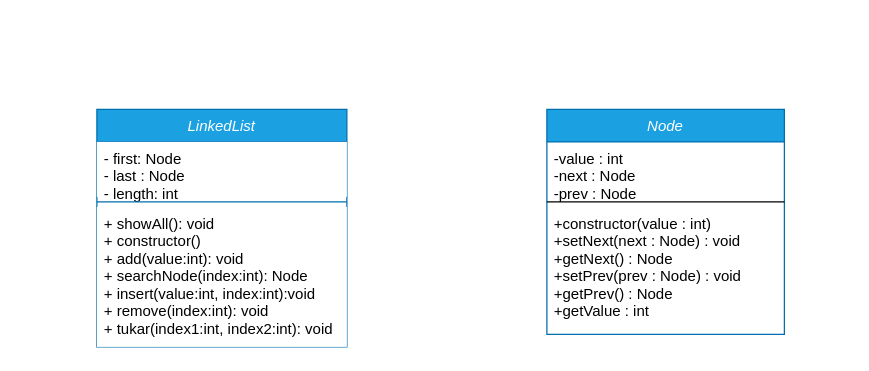
This is 2. Stack, Queue, LinkedList/Untitled Diagram.drawio from vstartech11/Strukdat, a draw.io file, before an edit. Source tidied: cells renumbered, new cells numbered last; positions are measured from the earlier drawing's top-left corner, leaving out a move shared by most shapes. Both pictures are drawn from the tidied source at 125%, with x=0, y=0 at pixel (96, 109).
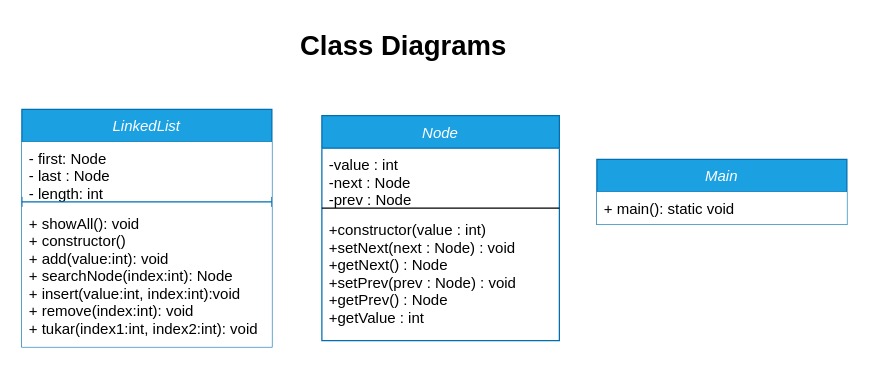
The same diagram, later.

The edit, as a diff of the source:
```diff
@@
 <mxGraphModel>
   <root>
     <mxCell id="0" />
     <mxCell id="1" parent="0" />
     <mxCell id="2" value="Node" style="swimlane;fontStyle=2;align=center;verticalAlign=top;horizontal=1;startSize=26;rounded=0;shadow=0;strokeWidth=1;fillColor=#1ba1e2;strokeColor=#006EAF;fontColor=#ffffff;" parent="1" vertex="1">
-      <mxGeometry x="360" width="190" height="180" as="geometry" />
+      <mxGeometry x="180" y="5" width="190" height="180" as="geometry" />
     </mxCell>
     <mxCell id="3" value="-value : int&#10;-next : Node&#10;-prev : Node&#10;" style="text;align=left;verticalAlign=top;spacingLeft=4;spacingRight=4;overflow=hidden;" parent="2" vertex="1">
       <mxGeometry y="26" width="190" height="44" as="geometry" />
     </mxCell>
     <mxCell id="4" style="line;html=1;strokeWidth=1;align=left;verticalAlign=middle;spacingTop=-1;spacingLeft=3;spacingRight=3;labelPosition=right;" parent="2" vertex="1">
       <mxGeometry y="70" width="190" height="8" as="geometry" />
     </mxCell>
     <mxCell id="5" value="+constructor(value : int)&#10;+setNext(next : Node) : void&#10;+getNext() : Node&#10;+setPrev(prev : Node) : void&#10;+getPrev() : Node&#10;+getValue : int&#10;&#10;" style="text;align=left;verticalAlign=top;spacingLeft=4;spacingRight=4;overflow=hidden;" parent="2" vertex="1">
       <mxGeometry y="78" width="190" height="90" as="geometry" />
     </mxCell>
     <mxCell id="6" value="LinkedList" style="swimlane;fontStyle=2;align=center;verticalAlign=top;horizontal=1;startSize=26;labelBackgroundColor=none;fillStyle=solid;fillColor=#1ba1e2;swimlaneFillColor=none;fontColor=#ffffff;strokeColor=#006EAF;" parent="1" vertex="1">
-      <mxGeometry width="200" height="190" as="geometry" />
+      <mxGeometry x="-60" width="200" height="190" as="geometry" />
     </mxCell>
     <mxCell id="7" value="- first: Node&#10;- last : Node&#10;- length: int" style="text;strokeColor=none;fillColor=default;align=left;verticalAlign=top;spacingLeft=4;spacingRight=4;overflow=hidden;" parent="6" vertex="1">
       <mxGeometry y="26" width="200" height="44" as="geometry" />
     </mxCell>
     <mxCell id="8" style="line;strokeWidth=1;fillColor=none;align=left;verticalAlign=middle;spacingTop=-1;spacingLeft=3;spacingRight=3;labelPosition=right;strokeColor=inherit;" parent="6" vertex="1">
       <mxGeometry y="70" width="200" height="8" as="geometry" />
     </mxCell>
     <mxCell id="9" value="+ showAll(): void&#10;+ constructor()&#10;+ add(value:int): void&#10;+ searchNode(index:int): Node&#10;+ insert(value:int, index:int):void&#10;+ remove(index:int): void&#10;+ tukar(index1:int, index2:int): void" style="text;strokeColor=none;fillColor=#FFFFFF;align=left;verticalAlign=top;spacingLeft=4;spacingRight=4;overflow=hidden;" parent="6" vertex="1">
       <mxGeometry y="78" width="200" height="112" as="geometry" />
     </mxCell>
+    <mxCell id="10" value="&lt;b&gt;&lt;font style=&quot;font-size: 22px;&quot;&gt;Class Diagrams&lt;/font&gt;&lt;/b&gt;" style="text;html=1;align=center;verticalAlign=middle;fillColor=none;strokeColor=none;rounded=0;" parent="1" vertex="1">
+      <mxGeometry x="150" y="-70" width="190" height="40" as="geometry" />
+    </mxCell>
+    <mxCell id="11" value="Main" style="swimlane;fontStyle=2;align=center;verticalAlign=top;horizontal=1;startSize=26;fillColor=#1ba1e2;fontColor=#ffffff;strokeColor=#006EAF;" parent="1" vertex="1">
+      <mxGeometry x="400" y="40" width="200" height="52" as="geometry" />
+    </mxCell>
+    <mxCell id="12" value="+ main(): static void" style="text;strokeColor=none;fillColor=default;align=left;verticalAlign=top;spacingLeft=4;spacingRight=4;overflow=hidden;" parent="11" vertex="1">
+      <mxGeometry y="26" width="200" height="26" as="geometry" />
+    </mxCell>
   </root>
 </mxGraphModel>
```
